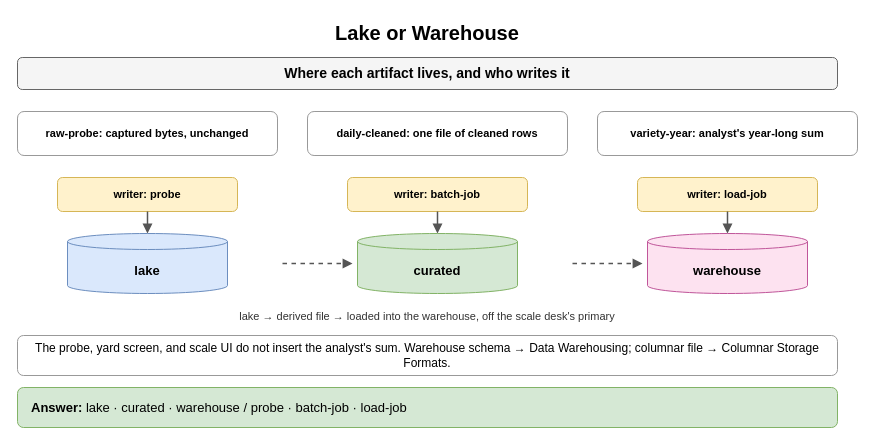
This is page "Lake or Warehouse" (2 of 8) of content/09_System_Design_Interview/13_Storage_and_Data_Processing_at_Scale/diagrams/storage-processing-drills.drawio from amendez13/swe-study-guide, a draw.io file, before an edit. Source tidied: cells renumbered, new cells numbered last; positions are measured from the earlier drawing's top-left corner, leaving out a move shared by most shapes. Both pictures are drawn from the tidied source at 100%, with x=0, y=0 at pixel (17, 17).
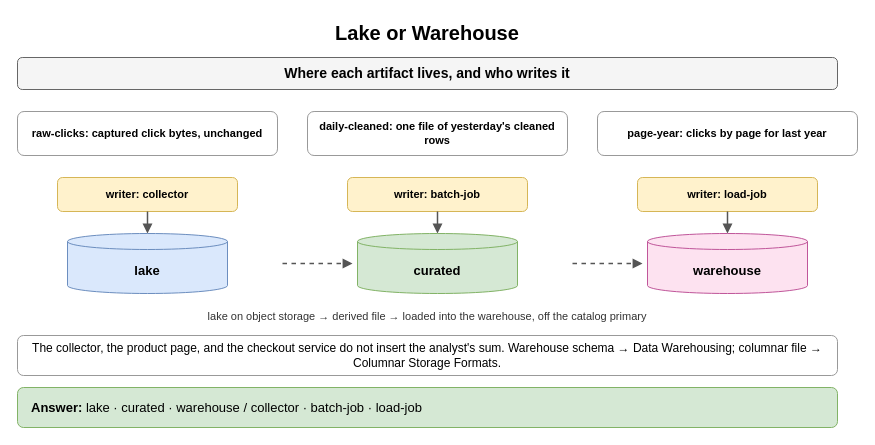
Above is the later version.

Diff of the diagram source:
```diff
@@
-    <mxCell id="4" value="raw-probe: captured bytes, unchanged" style="rounded=1;whiteSpace=wrap;html=1;fillColor=#ffffff;strokeColor=#999999;fontSize=11;align=center;fontStyle=1;" parent="1" vertex="1">
+    <mxCell id="4" value="raw-clicks: captured click bytes, unchanged" style="rounded=1;whiteSpace=wrap;html=1;fillColor=#ffffff;strokeColor=#999999;fontSize=11;align=center;fontStyle=1;" parent="1" vertex="1">
       <mxGeometry y="94" width="260" height="44" as="geometry" />
     </mxCell>
-    <mxCell id="5" value="writer: probe" style="rounded=1;whiteSpace=wrap;html=1;fillColor=#fff2cc;strokeColor=#d6b656;fontSize=11;align=center;fontStyle=1;" parent="1" vertex="1">
+    <mxCell id="5" value="writer: collector" style="rounded=1;whiteSpace=wrap;html=1;fillColor=#fff2cc;strokeColor=#d6b656;fontSize=11;align=center;fontStyle=1;" parent="1" vertex="1">
       <mxGeometry x="40" y="160" width="180" height="34" as="geometry" />
     </mxCell>
@@
-    <mxCell id="8" value="daily-cleaned: one file of cleaned rows" style="rounded=1;whiteSpace=wrap;html=1;fillColor=#ffffff;strokeColor=#999999;fontSize=11;align=center;fontStyle=1;" parent="1" vertex="1">
+    <mxCell id="8" value="daily-cleaned: one file of yesterday's cleaned rows" style="rounded=1;whiteSpace=wrap;html=1;fillColor=#ffffff;strokeColor=#999999;fontSize=11;align=center;fontStyle=1;" parent="1" vertex="1">
       <mxGeometry x="290" y="94" width="260" height="44" as="geometry" />
     </mxCell>
@@
-    <mxCell id="12" value="variety-year: analyst's year-long sum" style="rounded=1;whiteSpace=wrap;html=1;fillColor=#ffffff;strokeColor=#999999;fontSize=11;align=center;fontStyle=1;" parent="1" vertex="1">
+    <mxCell id="12" value="page-year: clicks by page for last year" style="rounded=1;whiteSpace=wrap;html=1;fillColor=#ffffff;strokeColor=#999999;fontSize=11;align=center;fontStyle=1;" parent="1" vertex="1">
       <mxGeometry x="580" y="94" width="260" height="44" as="geometry" />
     </mxCell>
@@
-    <mxCell id="18" value="lake → derived file → loaded into the warehouse, off the scale desk's primary" style="text;html=1;whiteSpace=wrap;fontSize=11;align=center;verticalAlign=middle;fontSize=11;fontColor=#333333;" parent="1" vertex="1">
+    <mxCell id="18" value="lake on object storage → derived file → loaded into the warehouse, off the catalog primary" style="text;html=1;whiteSpace=wrap;fontSize=11;align=center;verticalAlign=middle;fontSize=11;fontColor=#333333;" parent="1" vertex="1">
       <mxGeometry y="290" width="820" height="18" as="geometry" />
     </mxCell>
-    <mxCell id="19" value="The probe, yard screen, and scale UI do not insert the analyst's sum. Warehouse schema → Data Warehousing; columnar file → Columnar Storage Formats." style="rounded=1;whiteSpace=wrap;html=1;fillColor=#ffffff;strokeColor=#999999;fontSize=12;align=center;" parent="1" vertex="1">
+    <mxCell id="19" value="The collector, the product page, and the checkout service do not insert the analyst's sum. Warehouse schema → Data Warehousing; columnar file → Columnar Storage Formats." style="rounded=1;whiteSpace=wrap;html=1;fillColor=#ffffff;strokeColor=#999999;fontSize=12;align=center;" parent="1" vertex="1">
       <mxGeometry y="318" width="820" height="40" as="geometry" />
     </mxCell>
-    <mxCell id="20" value="&lt;b&gt;Answer:&lt;/b&gt; lake · curated · warehouse  /  probe · batch-job · load-job" style="rounded=1;whiteSpace=wrap;html=1;fillColor=#d5e8d4;strokeColor=#82b366;fontSize=13;align=left;spacingLeft=12;" parent="1" vertex="1">
+    <mxCell id="20" value="&lt;b&gt;Answer:&lt;/b&gt; lake · curated · warehouse  /  collector · batch-job · load-job" style="rounded=1;whiteSpace=wrap;html=1;fillColor=#d5e8d4;strokeColor=#82b366;fontSize=13;align=left;spacingLeft=12;" parent="1" vertex="1">
       <mxGeometry y="370" width="820" height="40" as="geometry" />
     </mxCell>
```
